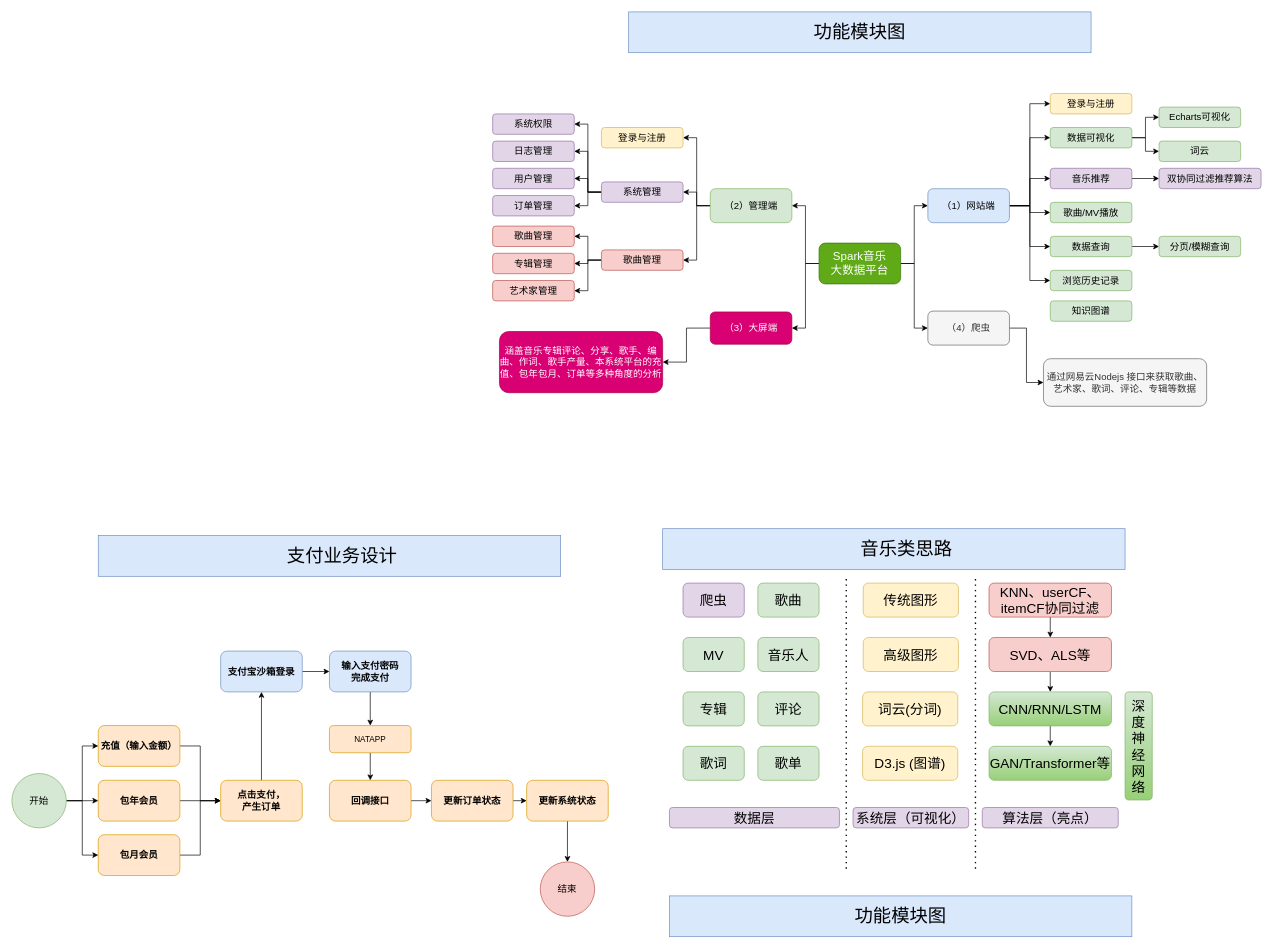
The draw.io diagram SPARK/01-Music.drawio in redcomet88/DRAW, before the edit. Source tidied: cells renumbered, new cells numbered last; positions are measured from the earlier drawing's top-left corner, leaving out a move shared by most shapes. Both pictures are drawn from the tidied source at 68%, with x=0, y=0 at pixel (12, 12).
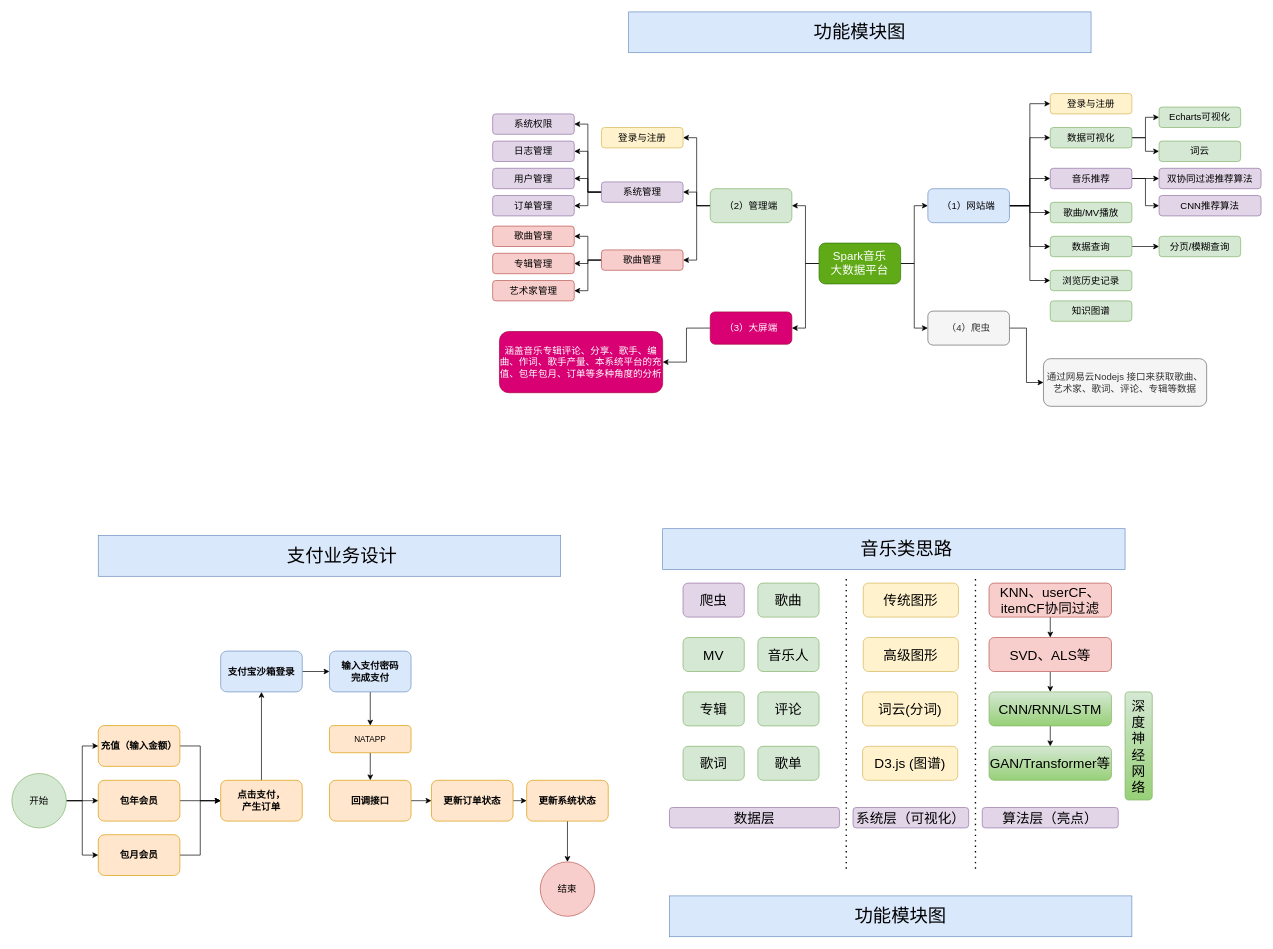
After the change.

Unchanged cells that the change refers to:
```xml
<mxCell id="22" value="音乐推荐" style="rounded=1;whiteSpace=wrap;html=1;fontSize=14;fillColor=#e1d5e7;strokeColor=#9673a6;" parent="1" vertex="1">
  <mxGeometry x="1527" y="230" width="120" height="30" as="geometry" />
</mxCell>
```

What changed in the source:
```diff
@@
+    <mxCell id="111" style="edgeStyle=orthogonalEdgeStyle;rounded=0;jettySize=auto;html=1;exitX=1;exitY=0.5;exitDx=0;exitDy=0;entryX=0;entryY=0.5;entryDx=0;entryDy=0;" parent="1" edge="1" source="22" target="112">
+      <mxGeometry relative="1" as="geometry" />
+    </mxCell>
@@
+    <mxCell id="112" value="CNN推荐算法" style="rounded=1;whiteSpace=wrap;html=1;fontSize=14;fillColor=#e1d5e7;strokeColor=#9673a6;" parent="1" vertex="1">
+      <mxGeometry x="1687" y="270" width="150" height="30" as="geometry" />
+    </mxCell>
```
